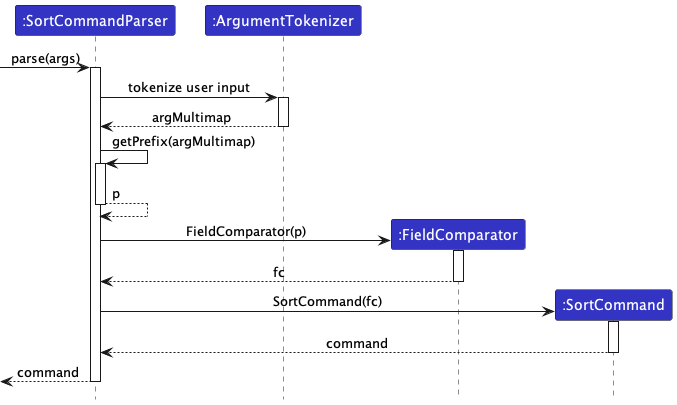
Before: docs/images/developer-guide/SortCommandParserSequenceDiagram.png, a diagram exported from PlantUML (nus-cs2103-AY2324S1/tp).
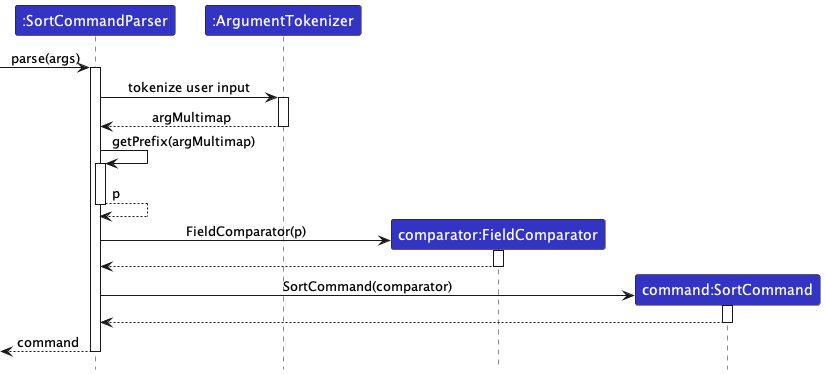
The same file after the commit.

Diff of the diagram source:
```diff
@@ -4,8 +4,8 @@
 
 Participant ":SortCommandParser" as scp LOGIC_COLOR
 Participant ":ArgumentTokenizer" as at LOGIC_COLOR
-Participant ":FieldComparator" as fc LOGIC_COLOR
-Participant ":SortCommand" as sc LOGIC_COLOR
+Participant "comparator:FieldComparator" as fc LOGIC_COLOR
+Participant "command:SortCommand" as sc LOGIC_COLOR
 
 [-> scp ++: parse(args)
 scp -> at ++: tokenize user input
@@ -14,9 +14,9 @@
 scp --> scp --: p
 create fc
 scp -> fc ++: FieldComparator(p)
-fc --> scp --: fc
+fc --> scp --
 create sc
-scp -> sc ++: SortCommand(fc)
-sc --> scp --: command
+scp -> sc ++: SortCommand(comparator)
+sc --> scp --
 scp -->[ --: command
 @enduml
```
